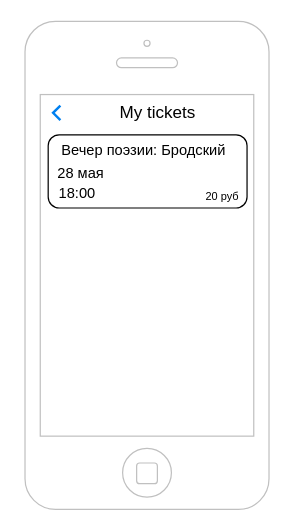
Before: page "My tickets" (10 of 13) of VecherDiagram-8.drawio in LizaSaroka/UIP, a draw.io diagram. Source tidied: cells renumbered, new cells numbered last; positions are measured from the earlier drawing's top-left corner, leaving out a move shared by most shapes. Both pictures are drawn from the tidied source at 122%, with x=0, y=0 at pixel (21, 21). Pictures stored in the file or linked from it are replaced by grey dashed boxes.
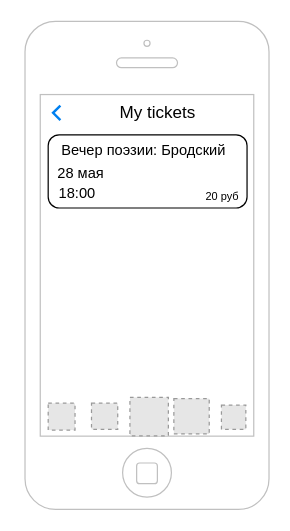
After the change.

Change to the diagram source:
```diff
@@
 <mxGraphModel>
   <root>
     <mxCell id="0" />
     <mxCell id="1" parent="0" />
     <mxCell id="2" style="html=1;verticalLabelPosition=bottom;labelBackgroundColor=#ffffff;verticalAlign=top;shadow=0;dashed=0;strokeWidth=1;shape=mxgraph.ios7.misc.iphone;strokeColor=#c0c0c0;" parent="1" vertex="1">
       <mxGeometry x="3" width="200" height="400" as="geometry" />
     </mxCell>
     <mxCell id="3" style="rounded=1;whiteSpace=wrap;html=1;fontSize=12;" parent="1" vertex="1">
       <mxGeometry x="22" y="93" width="163" height="60" as="geometry" />
     </mxCell>
     <mxCell id="4" value="Вечер поэзии: Бродский" style="text;html=1;strokeColor=none;fillColor=none;align=center;verticalAlign=middle;whiteSpace=wrap;rounded=0;fontSize=12;" parent="1" vertex="1">
       <mxGeometry y="91" width="201" height="30" as="geometry" />
     </mxCell>
     <mxCell id="5" value="28 мая" style="text;html=1;strokeColor=none;fillColor=none;align=center;verticalAlign=middle;whiteSpace=wrap;rounded=0;fontSize=12;" parent="1" vertex="1">
       <mxGeometry y="110" width="98" height="30" as="geometry" />
     </mxCell>
     <mxCell id="6" value="18:00" style="text;html=1;strokeColor=none;fillColor=none;align=center;verticalAlign=middle;whiteSpace=wrap;rounded=0;fontSize=12;" parent="1" vertex="1">
       <mxGeometry x="16" y="126" width="60" height="30" as="geometry" />
     </mxCell>
     <mxCell id="7" value="&lt;font style=&quot;font-size: 9px&quot;&gt;20 руб&lt;/font&gt;" style="text;html=1;strokeColor=none;fillColor=none;align=center;verticalAlign=middle;whiteSpace=wrap;rounded=0;fontSize=12;" parent="1" vertex="1">
       <mxGeometry x="135" y="128" width="60" height="30" as="geometry" />
     </mxCell>
     <mxCell id="8" style="html=1;verticalLabelPosition=bottom;labelBackgroundColor=#ffffff;verticalAlign=top;shadow=0;dashed=0;strokeWidth=2;shape=mxgraph.ios7.misc.left;strokeColor=#0080f0;" parent="1" vertex="1">
       <mxGeometry x="26" y="69" width="6" height="12" as="geometry" />
     </mxCell>
     <mxCell id="9" value="&lt;font style=&quot;font-size: 14px&quot;&gt;My tickets&lt;/font&gt;" style="text;html=1;strokeColor=none;fillColor=none;align=center;verticalAlign=middle;whiteSpace=wrap;rounded=0;" parent="1" vertex="1">
       <mxGeometry x="73" y="60" width="78" height="30" as="geometry" />
     </mxCell>
+    <mxCell id="10" style="fillColor=#E6E6E6;strokeColor=#999999;dashed=1;verticalLabelPosition=bottom;labelBackgroundColor=default;verticalAlign=top;" parent="1" vertex="1">
+      <mxGeometry x="164" y="314.5" width="20" height="20" as="geometry" />
+    </mxCell>
+    <mxCell id="11" style="fillColor=#E6E6E6;strokeColor=#999999;dashed=1;verticalLabelPosition=bottom;labelBackgroundColor=default;verticalAlign=top;" parent="1" vertex="1">
+      <mxGeometry x="125" y="309.2" width="29" height="29" as="geometry" />
+    </mxCell>
+    <mxCell id="12" style="fillColor=#E6E6E6;strokeColor=#999999;dashed=1;verticalLabelPosition=bottom;labelBackgroundColor=default;verticalAlign=top;" parent="1" vertex="1">
+      <mxGeometry x="89" y="308.2" width="31.5" height="31.5" as="geometry" />
+    </mxCell>
+    <mxCell id="13" style="fillColor=#E6E6E6;strokeColor=#999999;dashed=1;verticalLabelPosition=bottom;labelBackgroundColor=default;verticalAlign=top;" parent="1" vertex="1">
+      <mxGeometry x="57.5" y="313" width="21.5" height="21.5" as="geometry" />
+    </mxCell>
+    <mxCell id="14" style="fillColor=#E6E6E6;strokeColor=#999999;dashed=1;verticalLabelPosition=bottom;labelBackgroundColor=default;verticalAlign=top;" parent="1" vertex="1">
+      <mxGeometry x="22" y="313" width="22" height="22" as="geometry" />
+    </mxCell>
   </root>
 </mxGraphModel>
```
